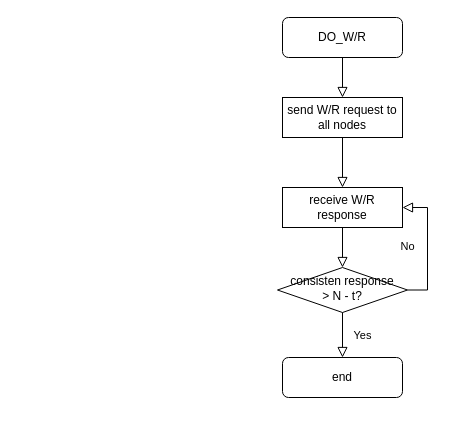
Before: Byzantine.drawio in OneOverThree/PastryTest, a draw.io diagram. Source tidied: cells renumbered, new cells numbered last; positions are measured from the earlier drawing's top-left corner, leaving out a move shared by most shapes. Both pictures are drawn from the tidied source at 100%, with x=0, y=0 at pixel (277, 17).
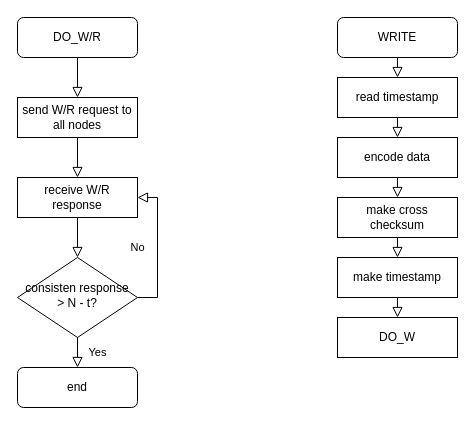
Above is the later version.

What changed in the source:
```diff
@@
     <mxCell id="3" value="DO_W/R" style="rounded=1;whiteSpace=wrap;html=1;fontSize=12;glass=0;strokeWidth=1;shadow=0;" parent="1" vertex="1">
-      <mxGeometry x="5" width="120" height="40" as="geometry" />
+      <mxGeometry x="-260" width="120" height="40" as="geometry" />
     </mxCell>
@@
     <mxCell id="5" value="end" style="rounded=1;whiteSpace=wrap;html=1;fontSize=12;glass=0;strokeWidth=1;shadow=0;" parent="1" vertex="1">
-      <mxGeometry x="5" y="340" width="120" height="40" as="geometry" />
+      <mxGeometry x="-260" y="350" width="120" height="40" as="geometry" />
     </mxCell>
     <mxCell id="6" value="receive W/R response" style="rounded=0;whiteSpace=wrap;html=1;" parent="1" vertex="1">
-      <mxGeometry x="5" y="170" width="120" height="40" as="geometry" />
+      <mxGeometry x="-260" y="160" width="120" height="40" as="geometry" />
     </mxCell>
     <mxCell id="7" value="send W/R request to all nodes" style="rounded=0;whiteSpace=wrap;html=1;" parent="1" vertex="1">
-      <mxGeometry x="5" y="80" width="120" height="40" as="geometry" />
+      <mxGeometry x="-260" y="80" width="120" height="40" as="geometry" />
     </mxCell>
@@
     <mxCell id="9" value="consisten response&lt;br&gt;&amp;gt; N - t?" style="rhombus;whiteSpace=wrap;html=1;shadow=0;fontFamily=Helvetica;fontSize=12;align=center;strokeWidth=1;spacing=6;spacingTop=-4;" parent="1" vertex="1">
-      <mxGeometry y="250" width="130" height="45" as="geometry" />
+      <mxGeometry x="-260" y="240" width="120" height="80" as="geometry" />
     </mxCell>
@@
+    <mxCell id="12" value="WRITE" style="rounded=1;whiteSpace=wrap;html=1;fontSize=12;glass=0;strokeWidth=1;shadow=0;" parent="1" vertex="1">
+      <mxGeometry x="60" width="120" height="40" as="geometry" />
+    </mxCell>
+    <mxCell id="13" value="read timestamp" style="rounded=0;whiteSpace=wrap;html=1;" parent="1" vertex="1">
+      <mxGeometry x="60" y="60" width="120" height="40" as="geometry" />
+    </mxCell>
+    <mxCell id="14" value="encode data" style="rounded=0;whiteSpace=wrap;html=1;" parent="1" vertex="1">
+      <mxGeometry x="60" y="120" width="120" height="40" as="geometry" />
+    </mxCell>
+    <mxCell id="15" value="make cross checksum" style="rounded=0;whiteSpace=wrap;html=1;" parent="1" vertex="1">
+      <mxGeometry x="60" y="180" width="120" height="40" as="geometry" />
+    </mxCell>
+    <mxCell id="16" value="make timestamp" style="rounded=0;whiteSpace=wrap;html=1;" parent="1" vertex="1">
+      <mxGeometry x="60" y="240" width="120" height="40" as="geometry" />
+    </mxCell>
+    <mxCell id="17" value="DO_W" style="rounded=0;whiteSpace=wrap;html=1;" parent="1" vertex="1">
+      <mxGeometry x="60" y="300" width="120" height="40" as="geometry" />
+    </mxCell>
+    <mxCell id="18" style="rounded=0;html=1;jettySize=auto;fontSize=11;endArrow=block;endFill=0;endSize=8;strokeWidth=1;shadow=0;labelBackgroundColor=none;edgeStyle=orthogonalEdgeStyle;exitX=0.5;exitY=1;exitDx=0;exitDy=0;entryX=0.5;entryY=0;entryDx=0;entryDy=0;" parent="1" edge="1" source="12" target="13">
+      <mxGeometry relative="1" as="geometry" />
+    </mxCell>
+    <mxCell id="19" style="rounded=0;html=1;jettySize=auto;fontSize=11;endArrow=block;endFill=0;endSize=8;strokeWidth=1;shadow=0;labelBackgroundColor=none;edgeStyle=orthogonalEdgeStyle;exitX=0.5;exitY=1;exitDx=0;exitDy=0;entryX=0.5;entryY=0;entryDx=0;entryDy=0;" parent="1" edge="1" source="14" target="15">
+      <mxGeometry relative="1" as="geometry" />
+    </mxCell>
+    <mxCell id="20" style="rounded=0;html=1;jettySize=auto;fontSize=11;endArrow=block;endFill=0;endSize=8;strokeWidth=1;shadow=0;labelBackgroundColor=none;edgeStyle=orthogonalEdgeStyle;exitX=0.5;exitY=1;exitDx=0;exitDy=0;entryX=0.5;entryY=0;entryDx=0;entryDy=0;" parent="1" edge="1" source="16" target="17">
+      <mxGeometry relative="1" as="geometry" />
+    </mxCell>
+    <mxCell id="21" style="rounded=0;html=1;jettySize=auto;fontSize=11;endArrow=block;endFill=0;endSize=8;strokeWidth=1;shadow=0;labelBackgroundColor=none;edgeStyle=orthogonalEdgeStyle;exitX=0.5;exitY=1;exitDx=0;exitDy=0;entryX=0.5;entryY=0;entryDx=0;entryDy=0;" parent="1" edge="1" source="13" target="14">
+      <mxGeometry relative="1" as="geometry" />
+    </mxCell>
+    <mxCell id="22" style="rounded=0;html=1;jettySize=auto;fontSize=11;endArrow=block;endFill=0;endSize=8;strokeWidth=1;shadow=0;labelBackgroundColor=none;edgeStyle=orthogonalEdgeStyle;exitX=0.5;exitY=1;exitDx=0;exitDy=0;entryX=0.5;entryY=0;entryDx=0;entryDy=0;" parent="1" edge="1" source="15" target="16">
+      <mxGeometry relative="1" as="geometry" />
+    </mxCell>
```
